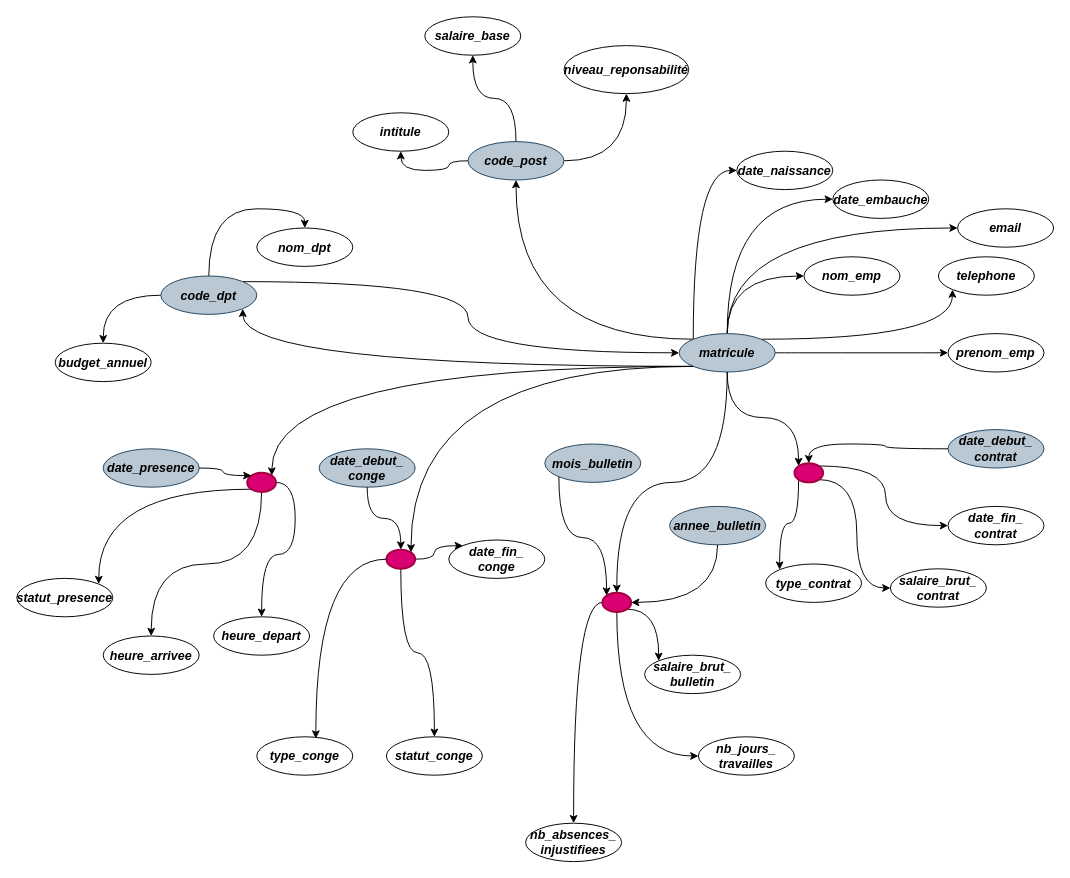
Before: page "Page-1" (1 of 2) of mini_projet.drawio in Hissein8/mini_projet_SGBD, a draw.io diagram. Source tidied: cells renumbered, new cells numbered last; positions are measured from the earlier drawing's top-left corner, leaving out a move shared by most shapes. Both pictures are drawn from the tidied source at 96%, with x=0, y=0 at pixel (16, 16).
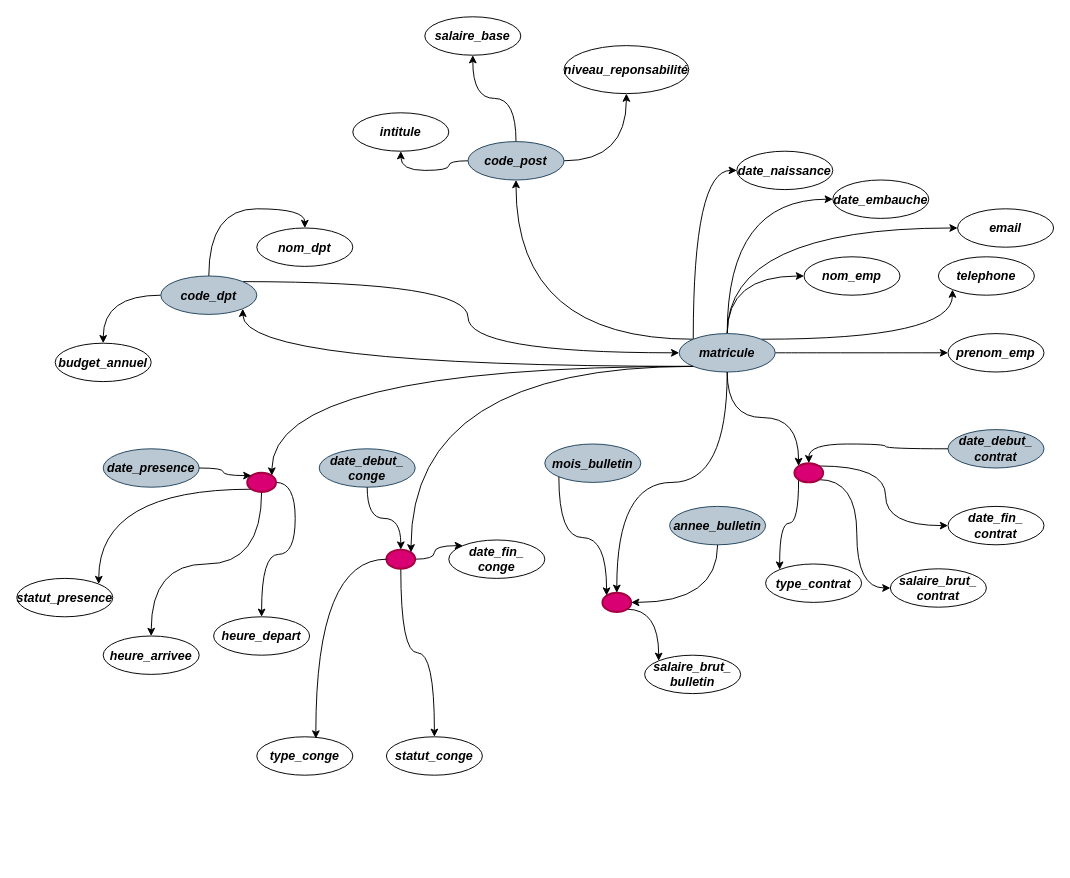
Above is the later version.

Unchanged cells that the change refers to:
```xml
<mxCell id="69" style="strokeWidth=2;html=1;shape=mxgraph.flowchart.start_2;whiteSpace=wrap;fillColor=#d80073;fontColor=#ffffff;strokeColor=#A50040;" parent="1" vertex="1">
  <mxGeometry x="610" y="600" width="30" height="20" as="geometry" />
</mxCell>
```

The edit, as a diff of the source:
```diff
@@
-    <mxCell id="44" value="nb_jours_&lt;div&gt;travailles&lt;/div&gt;" style="ellipse;whiteSpace=wrap;html=1;align=center;fontSize=13;fontStyle=3;textShadow=0;labelBorderColor=none;" parent="1" vertex="1">
-      <mxGeometry x="710" y="750" width="100" height="40" as="geometry" />
-    </mxCell>
@@
-    <mxCell id="46" value="nb_absences_&lt;div&gt;injustifiees&lt;/div&gt;" style="ellipse;whiteSpace=wrap;html=1;align=center;fontSize=13;fontStyle=3;textShadow=0;labelBorderColor=none;" parent="1" vertex="1">
-      <mxGeometry x="530" y="840" width="100" height="40" as="geometry" />
-    </mxCell>
@@
-    <mxCell id="66" style="edgeStyle=orthogonalEdgeStyle;curved=1;rounded=0;jettySize=auto;html=1;exitX=0;exitY=0.5;exitDx=0;exitDy=0;exitPerimeter=0;entryX=0.5;entryY=0;entryDx=0;entryDy=0;elbow=vertical;" parent="1" edge="1" source="69" target="46">
-      <mxGeometry relative="1" as="geometry" />
-    </mxCell>
-    <mxCell id="67" style="edgeStyle=orthogonalEdgeStyle;curved=1;rounded=0;jettySize=auto;html=1;exitX=0.5;exitY=1;exitDx=0;exitDy=0;exitPerimeter=0;entryX=0;entryY=0.5;entryDx=0;entryDy=0;elbow=vertical;" parent="1" edge="1" source="69" target="44">
-      <mxGeometry relative="1" as="geometry" />
-    </mxCell>
```
